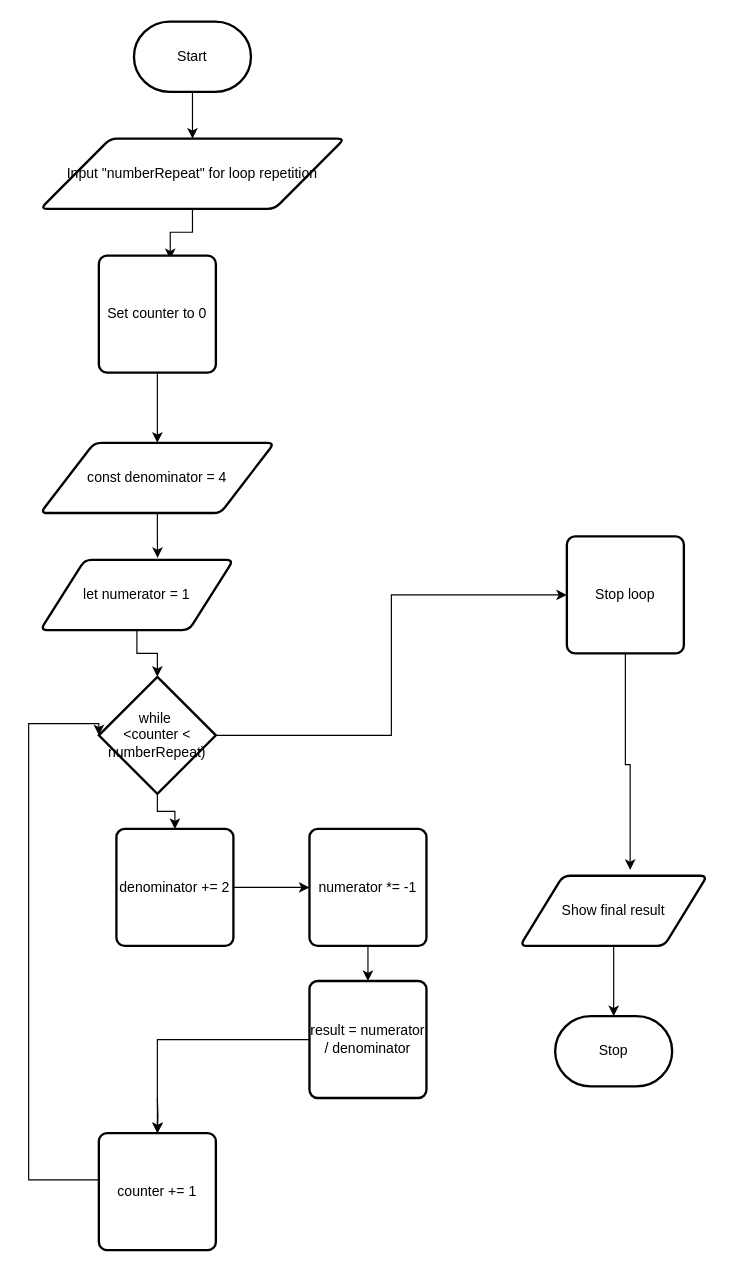
Earlier version of the draw.io diagram design/flowchart.drawio (MTHS-ICD2O-1-2023/ICD2O-Assignment-05-Gabriel-Zanardi). Source tidied: cells renumbered, new cells numbered last; positions are measured from the earlier drawing's top-left corner, leaving out a move shared by most shapes. Both pictures are drawn from the tidied source at 117%, with x=0, y=0 at pixel (28, 21).
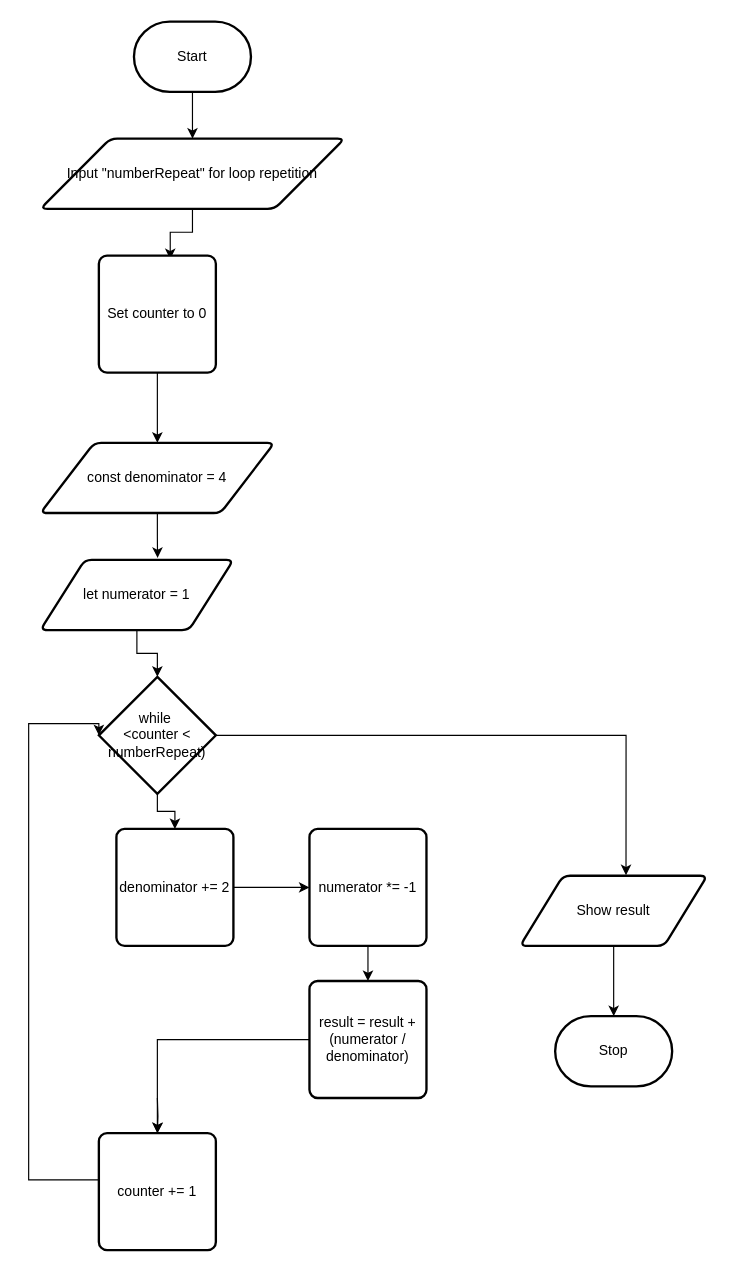
After the change.

Commit message:
finished flowchart (change numerator and denominator into squares before exporting)

Unchanged cells that the change refers to:
```xml
<mxCell id="9" value="while&amp;nbsp;&lt;br&gt;&amp;lt;counter &amp;lt; numberRepeat)" style="strokeWidth=2;html=1;shape=mxgraph.flowchart.decision;whiteSpace=wrap;" parent="1" vertex="1">
  <mxGeometry x="60" y="560" width="100" height="100" as="geometry" />
</mxCell>
```

Change to the diagram source:
```diff
@@
-    <mxCell id="7" style="edgeStyle=orthogonalEdgeStyle;rounded=0;html=1;entryX=0;entryY=0.5;entryDx=0;entryDy=0;" parent="1" edge="1" source="9" target="14">
+    <mxCell id="7" style="edgeStyle=orthogonalEdgeStyle;rounded=0;html=1;entryX=0.566;entryY=-0.008;entryDx=0;entryDy=0;entryPerimeter=0;" parent="1" edge="1" source="9" target="18">
       <mxGeometry relative="1" as="geometry" />
     </mxCell>
@@
-    <mxCell id="13" style="edgeStyle=orthogonalEdgeStyle;rounded=0;html=1;entryX=0.588;entryY=-0.083;entryDx=0;entryDy=0;entryPerimeter=0;" parent="1" edge="1" source="14" target="18">
-      <mxGeometry relative="1" as="geometry" />
-    </mxCell>
-    <mxCell id="14" value="Stop loop" style="rounded=1;whiteSpace=wrap;html=1;absoluteArcSize=1;arcSize=14;strokeWidth=2;" parent="1" vertex="1">
-      <mxGeometry x="460" y="440" width="100" height="100" as="geometry" />
-    </mxCell>
@@
-    <mxCell id="18" value="Show final result" style="shape=parallelogram;html=1;strokeWidth=2;perimeter=parallelogramPerimeter;whiteSpace=wrap;rounded=1;arcSize=12;size=0.23;" parent="1" vertex="1">
+    <mxCell id="18" value="Show result" style="shape=parallelogram;html=1;strokeWidth=2;perimeter=parallelogramPerimeter;whiteSpace=wrap;rounded=1;arcSize=12;size=0.23;" parent="1" vertex="1">
       <mxGeometry x="420" y="730" width="160" height="60" as="geometry" />
     </mxCell>
@@
-    <mxCell id="28" value="result = numerator / denominator" style="rounded=1;whiteSpace=wrap;html=1;absoluteArcSize=1;arcSize=14;strokeWidth=2;" parent="1" vertex="1">
+    <mxCell id="28" value="result = result + (numerator / denominator)" style="rounded=1;whiteSpace=wrap;html=1;absoluteArcSize=1;arcSize=14;strokeWidth=2;" parent="1" vertex="1">
       <mxGeometry x="240" y="820" width="100" height="100" as="geometry" />
     </mxCell>
```
